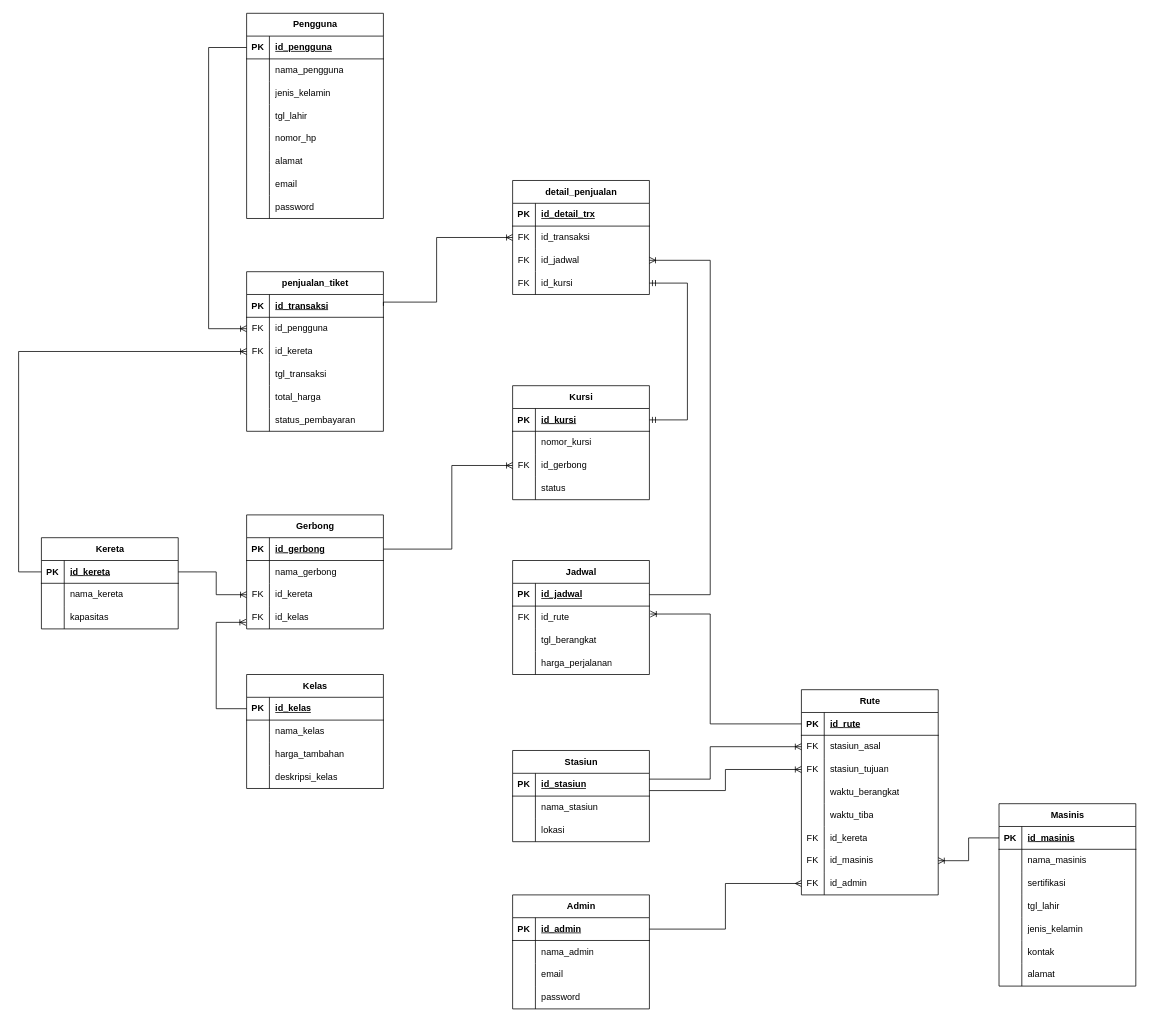
Before: page "PDM" (2 of 2) of PraktikumBasis_Modul5.drawio in elikawicaksana/praktikum-basis-data, a draw.io diagram. Source tidied: cells renumbered, new cells numbered last; positions are measured from the earlier drawing's top-left corner, leaving out a move shared by most shapes. Both pictures are drawn from the tidied source at 76%, with x=0, y=0 at pixel (18, 13).
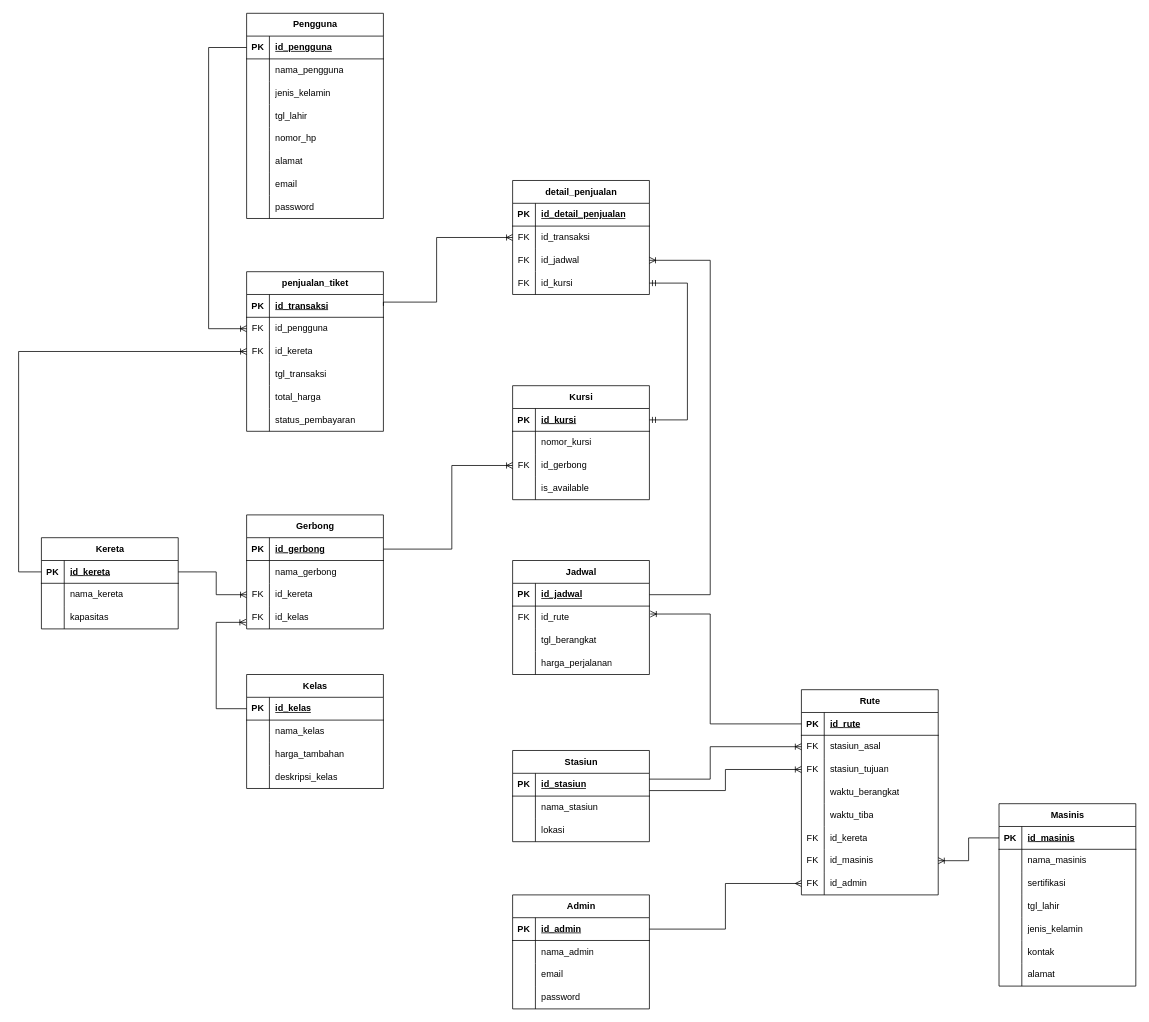
The same page after the edit.

Unchanged cells that the change refers to:
```xml
<mxCell id="130" style="shape=tableRow;horizontal=0;startSize=0;swimlaneHead=0;swimlaneBody=0;fillColor=none;top=0;left=0;right=0;bottom=0;" parent="120" vertex="1">
  <mxGeometry y="120" width="180" height="30" as="geometry" />
</mxCell>
<mxCell id="153" style="shape=tableRow;horizontal=0;startSize=0;swimlaneHead=0;swimlaneBody=0;fillColor=none;top=0;left=0;right=0;bottom=1;" parent="152" vertex="1">
  <mxGeometry y="30" width="180" height="30" as="geometry" />
</mxCell>
```

Change to the diagram source:
```diff
@@
-    <mxCell id="132" value="status" style="shape=partialRectangle;fillColor=none;top=0;left=0;bottom=0;right=0;align=left;spacingLeft=6;overflow=hidden;whiteSpace=wrap;html=1;" parent="130" vertex="1">
+    <mxCell id="132" value="is_available" style="shape=partialRectangle;fillColor=none;top=0;left=0;bottom=0;right=0;align=left;spacingLeft=6;overflow=hidden;whiteSpace=wrap;html=1;" parent="130" vertex="1">
       <mxGeometry x="30" width="150" height="30" as="geometry" />
     </mxCell>
@@
-    <mxCell id="155" value="id_detail_trx" style="shape=partialRectangle;fillColor=none;top=0;left=0;bottom=0;right=0;align=left;spacingLeft=6;fontStyle=5;overflow=hidden;whiteSpace=wrap;html=1;" parent="153" vertex="1">
+    <mxCell id="155" value="id_detail_penjualan" style="shape=partialRectangle;fillColor=none;top=0;left=0;bottom=0;right=0;align=left;spacingLeft=6;fontStyle=5;overflow=hidden;whiteSpace=wrap;html=1;" parent="153" vertex="1">
       <mxGeometry x="30" width="150" height="30" as="geometry" />
     </mxCell>
```
